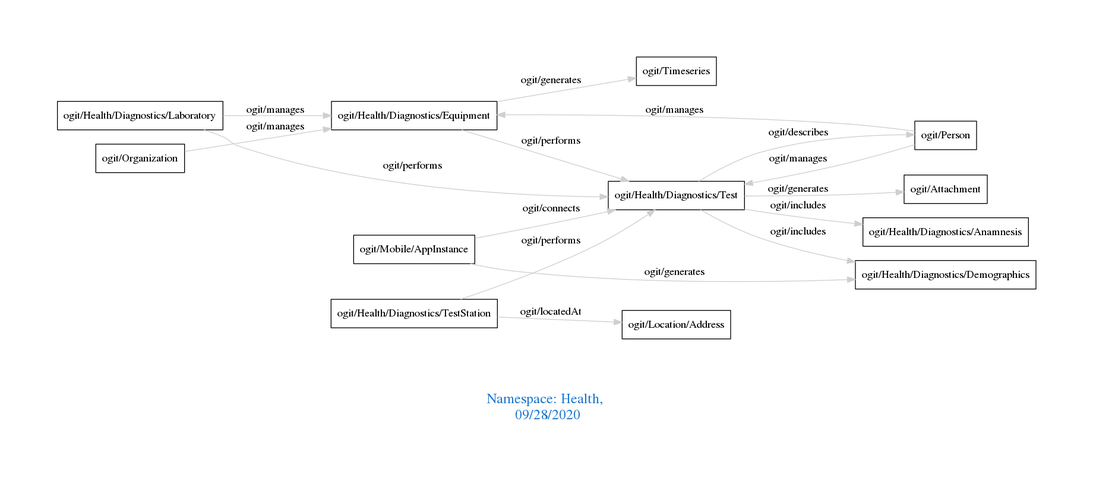
This is downloads/Health.png from arago/OGIT, a Graphviz export, as it was before one commit. Its source is kept beside it as downloads/Health.dot.
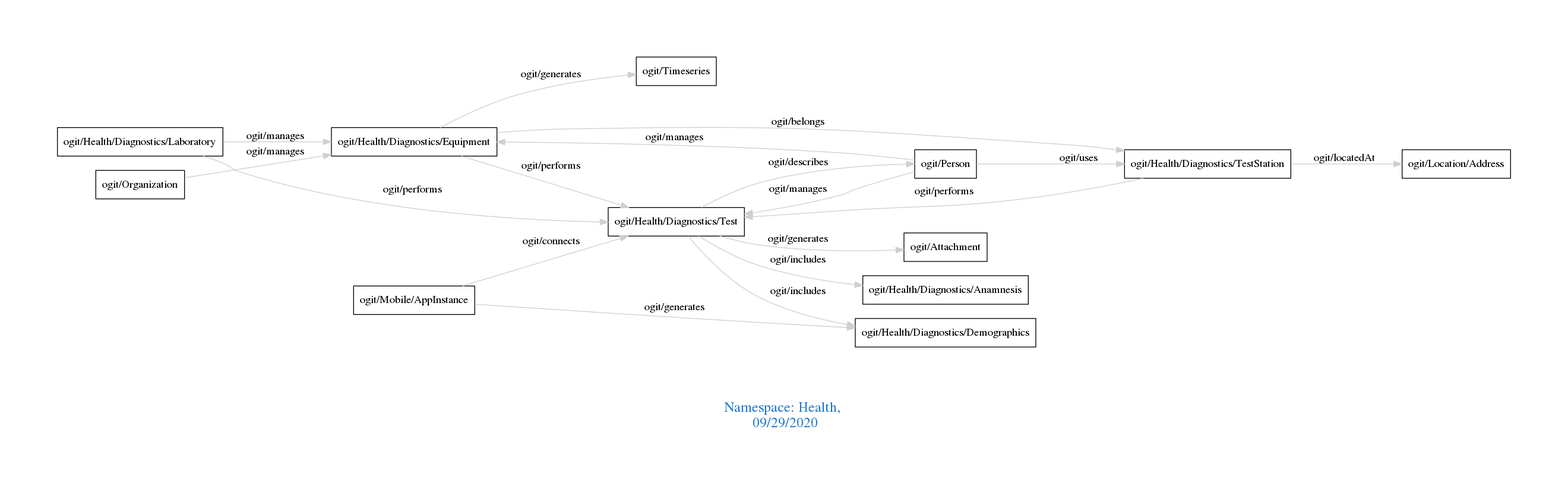
The same diagram one commit later.

Change to the diagram source:
```diff
@@ -1,7 +1,7 @@
 digraph OGIT_ontology {
  graph [ rankdir= LR,pad=1
 fontsize = 18,
-fontcolor= dodgerblue3,label = "\n\n\nNamespace: Health, \n 09/28/2020"];
+fontcolor= dodgerblue3,label = "\n\n\nNamespace: Health, \n 09/29/2020"];
 node[shape=polygon];
 edge [  color="gray81"];
 
@@ -20,4 +20,6 @@
    "ogit/Health/Diagnostics/TestStation" -> "ogit/Health/Diagnostics/Test" [label="   ogit/performs    "];
    "ogit/Health/Diagnostics/Test" -> "ogit/Person" [label="   ogit/describes    "];
    "ogit/Mobile/AppInstance" -> "ogit/Health/Diagnostics/Test" [label="   ogit/connects    "];
+   "ogit/Health/Diagnostics/Equipment" -> "ogit/Health/Diagnostics/TestStation" [label="   ogit/belongs    "];
+   "ogit/Person" -> "ogit/Health/Diagnostics/TestStation" [label="   ogit/uses    "];
 }
```
